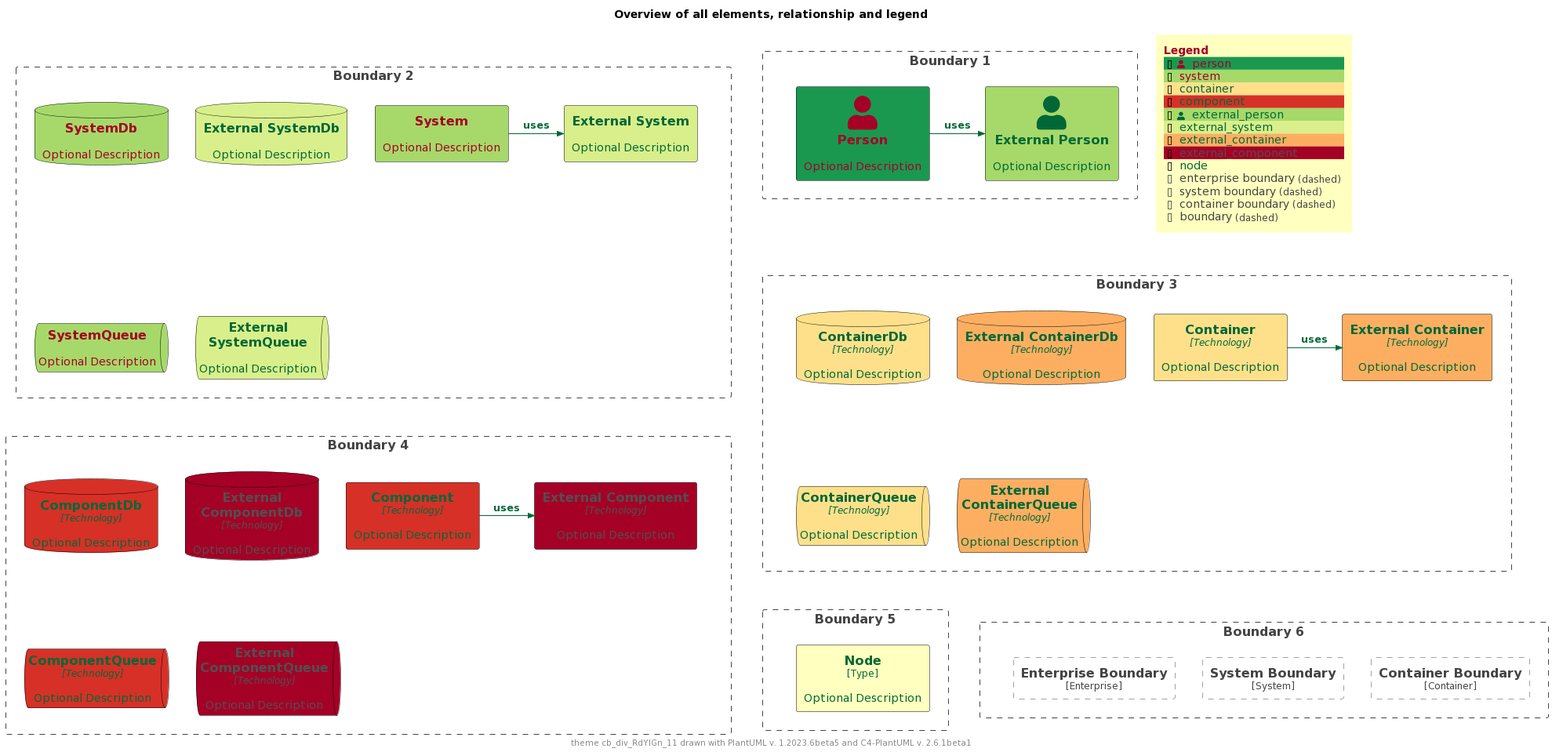
This is palettes/puml-theme-cb_div_RdYlGn_11-example.png from mweagle/C4-PlantUML-Themes, a PlantUML export, as it was before one commit. The source it was exported from:
```plantuml
@startuml
!$THEME = "cb_div_RdYlGn_11"

!function $textcolor($bgColor)
!if $bgcolor == $COLOR_INDEX_4 || $bgcolor == $COLOR_INDEX_5
!return $COLOR_TEXT_FALLBACK_COLOR
!elseif $bgColor == $COLOR_INDEX_10
!return $COLOR_TEXT_FALLBACK_COLOR
!elseif $bgColor == $COLOR_INDEX_0
!return $COLOR_TEXT_FALLBACK_COLOR
!elseif %is_light($bgColor)
!return $COLOR_TEXT_DARK
!else
!return $COLOR_TEXT_LIGHT
!endif
!endfunction

!$COLOR_INDEX_0="#A50026"
!$COLOR_INDEX_1="#D73027"
!$COLOR_INDEX_2="#F46D43"
!$COLOR_INDEX_3="#FDAE61"
!$COLOR_INDEX_4="#FEE08B"
!$COLOR_INDEX_5="#FFFFBF"
!$COLOR_INDEX_6="#D9EF8B"
!$COLOR_INDEX_7="#A6D96A"
!$COLOR_INDEX_8="#66BD63"
!$COLOR_INDEX_9="#1A9850"
!$COLOR_INDEX_10="#006837"
!$COLOR_BORDER_COLOR="#000000"

!$COLOR_REL_COLOR="#006837"

!$COLOR_TEXT_LIGHT=$COLOR_INDEX_0
!$COLOR_TEXT_DARK=$COLOR_INDEX_10
!$COLOR_TEXT_NEUTRAL=$textcolor($COLOR_INDEX_5)
!$COLOR_REL_COLOR=$textcolor($COLOR_INDEX_0)

!$COLOR_TEXT_FALLBACK_COLOR ?= "#505050"

!$STEREOTYPE_FONT_SIZE ?= 12
!$TECHN_FONT_SIZE ?= 12

!$ELEMENT_FONT_COLOR ?= $COLOR_TEXT_NEUTRAL

!$ARROW_COLOR ?= $COLOR_TEXT_NEUTRAL
!$ARROW_FONT_COLOR ?= $COLOR_TEXT_NEUTRAL
!$ARROW_FONT_SIZE ?= 12

!$BOUNDARY_COLOR ?= "#444444"
!$BOUNDARY_BG_COLOR ?= "transparent"
!$BOUNDARY_BORDER_STYLE ?= "dashed"

!$PERSON_FONT_COLOR ?= $textcolor($COLOR_INDEX_9)
!$PERSON_BG_COLOR ?= $COLOR_INDEX_9
!$PERSON_BORDER_COLOR ?= $COLOR_BORDER_COLOR

!$EXTERNAL_PERSON_FONT_COLOR ?= $textcolor($COLOR_INDEX_7)
!$EXTERNAL_PERSON_BG_COLOR ?= $COLOR_INDEX_7
!$EXTERNAL_PERSON_BORDER_COLOR ?= $COLOR_BORDER_COLOR

!$SYSTEM_FONT_COLOR ?= $COLOR_TEXT_LIGHT
!$SYSTEM_BG_COLOR ?= $COLOR_INDEX_7
!$SYSTEM_BORDER_COLOR ?= $COLOR_BORDER_COLOR

!$EXTERNAL_SYSTEM_FONT_COLOR ?= $textcolor($COLOR_INDEX_6)
!$EXTERNAL_SYSTEM_BG_COLOR ?= $COLOR_INDEX_6
!$EXTERNAL_SYSTEM_BORDER_COLOR ?= $COLOR_BORDER_COLOR

!$SYSTEM_BOUNDARY_COLOR ?= $BOUNDARY_COLOR
!$SYSTEM_BOUNDARY_BG_COLOR ?= $BOUNDARY_BG_COLOR
!$SYSTEM_BOUNDARY_BORDER_STYLE ?= $BOUNDARY_BORDER_STYLE

!$ENTERPRISE_BOUNDARY_COLOR ?= $BOUNDARY_COLOR
!$ENTERPRISE_BOUNDARY_BG_COLOR ?= $BOUNDARY_BG_COLOR
!$ENTERPRISE_BOUNDARY_BORDER_STYLE ?= $BOUNDARY_BORDER_STYLE

!$CONTAINER_FONT_COLOR ?= $COLOR_TEXT_DARK
!$CONTAINER_BG_COLOR ?= $COLOR_INDEX_4
!$CONTAINER_BORDER_COLOR ?= $COLOR_BORDER_COLOR

!$EXTERNAL_CONTAINER_FONT_COLOR ?= $textcolor($COLOR_INDEX_3)
!$EXTERNAL_CONTAINER_BG_COLOR ?= $COLOR_INDEX_3
!$EXTERNAL_CONTAINER_BORDER_COLOR ?= $COLOR_BORDER_COLOR

!$CONTAINER_BOUNDARY_COLOR ?= $BOUNDARY_COLOR
!$CONTAINER_BOUNDARY_BG_COLOR ?= $BOUNDARY_BG_COLOR
!$CONTAINER_BOUNDARY_BORDER_STYLE ?= $BOUNDARY_BORDER_STYLE

!$COMPONENT_FONT_COLOR ?= $COLOR_TEXT_DARK
!$COMPONENT_BG_COLOR ?= $COLOR_INDEX_1
!$COMPONENT_BORDER_COLOR ?= $COLOR_BORDER_COLOR

!$EXTERNAL_COMPONENT_FONT_COLOR ?= $textcolor($COLOR_INDEX_0)
!$EXTERNAL_COMPONENT_BG_COLOR ?= $COLOR_INDEX_0
!$EXTERNAL_COMPONENT_BORDER_COLOR ?= $COLOR_BORDER_COLOR

!$NODE_FONT_COLOR ?= $textcolor($COLOR_INDEX_5)
!$NODE_BG_COLOR ?= $COLOR_INDEX_5
!$NODE_BORDER_COLOR ?= $COLOR_BORDER_COLOR

!$LEGEND_TITLE_COLOR ?= $COLOR_INDEX_0
!$LEGEND_FONT_COLOR ?= $textcolor($COLOR_INDEX_5)
!$LEGEND_BG_COLOR ?= $COLOR_INDEX_5
!$LEGEND_BORDER_COLOR ?= $COLOR_INDEX_5
!$LEGEND_DARK_COLOR ?= $COLOR_TEXT_DARK
!$LEGEND_LIGHT_COLOR ?= $COLOR_TEXT_LIGHT

!$LEGEND_DETAILS_SMALL_SIZE ?= 8
!$LEGEND_DETAILS_NORMAL_SIZE ?= 12

!$LEGEND_SHADOW_TEXT ?= "shadow"
!$LEGEND_NO_SHADOW_TEXT ?= "no shadow"
!$LEGEND_NO_FONT_BG_TEXT ?= "last text and back color"
!$LEGEND_NO_FONT_TEXT ?= "last text color"
!$LEGEND_NO_BG_TEXT ?= "last back color"
!$LEGEND_NO_LINE_TEXT ?= "last line color"
!$LEGEND_ROUNDED_BOX ?= "rounded box"
!$LEGEND_EIGHT_SIDED ?= "eight sided"
!$LEGEND_DOTTED_LINE ?= "dotted"
!$LEGEND_DASHED_LINE ?= "dashed"
!$LEGEND_BOLD_LINE ?= "bold"
!$LEGEND_BOUNDARY ?= "boundary"
!$LEGEND_DASHED_BOUNDARY ?= "dashed"

!$LEGEND_DASHED_TRANSPARENT_BOUNDARY ?= "dashed"

!$SKETCH_BG_COLOR ?= "transparent"
!$SKETCH_FONT_COLOR ?= $COLOR_INDEX_NEUTRAL
!$SKETCH_WARNING_COLOR ?= $COLOR_INDEX_10

!$SKETCH_FONT_NAME ?= "Gochi Hand"

!$SKETCH_FOOTER_WARNING ?= "Warning:"
!$SKETCH_FOOTER_TEXT ?= "Created for discussion, needs to be validated"

!$ROUNDED_BOX_SIZE ?= 25
!$EIGHT_SIDED_SIZE ?= 18
!include https://raw.githubusercontent.com/plantuml-stdlib/C4-PlantUML/master/percy/TestAllElementsWithLegend.puml
@enduml
```
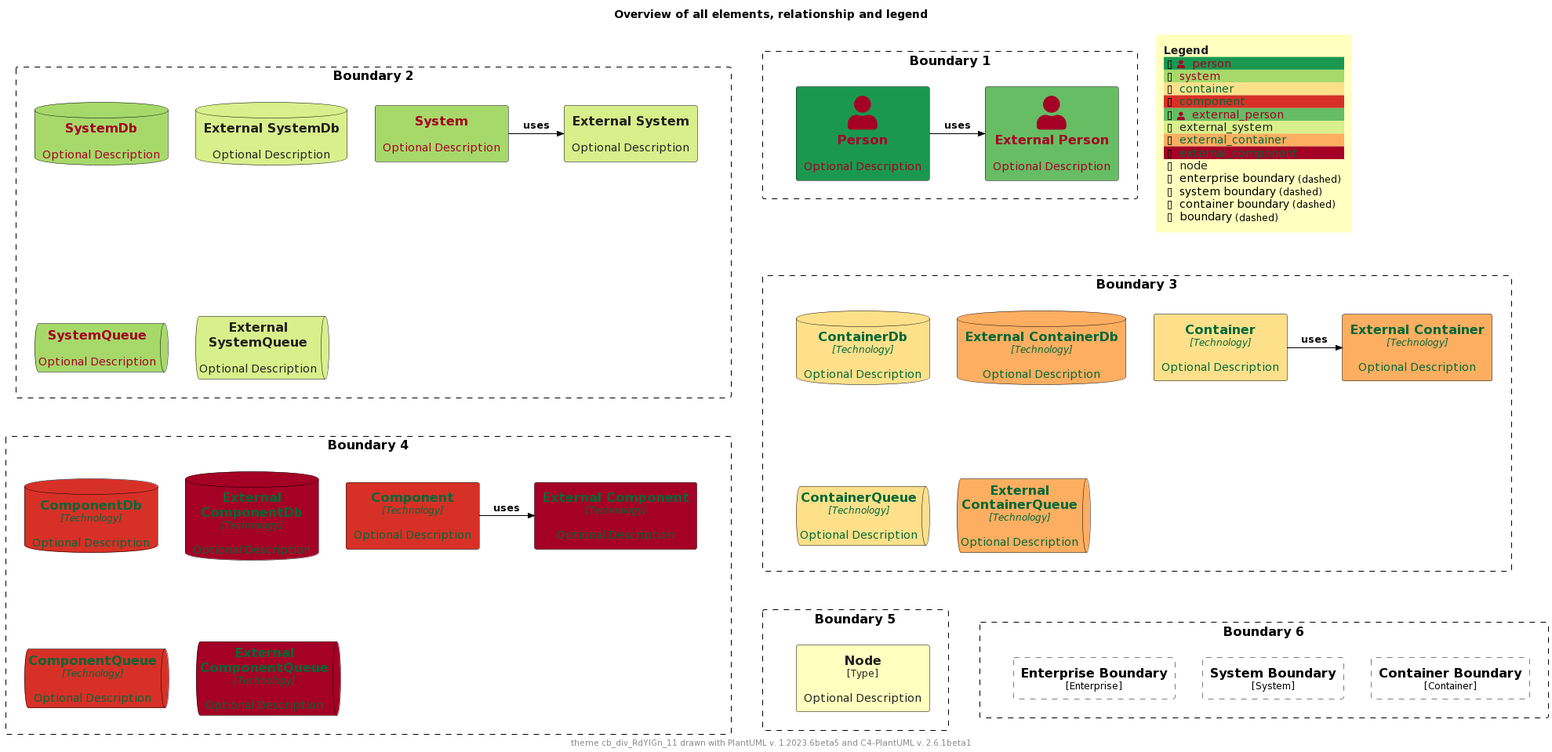
After the commit.

Diff of the diagram source:
```diff
@@ -2,16 +2,16 @@
 !$THEME = "cb_div_RdYlGn_11"
 
 !function $textcolor($bgColor)
-!if $bgcolor == $COLOR_INDEX_4 || $bgcolor == $COLOR_INDEX_5
+!if $bgColor == $COLOR_INDEX_0 || $bgColor == $COLOR_INDEX_1 || $bgColor == $COLOR_INDEX_2 || $bgColor == $COLOR_INDEX_3 || $bgColor == $COLOR_INDEX_4
+!return $COLOR_INDEX_10
+!elseif $bgColor == $COLOR_INDEX_7 || $bgColor == $COLOR_INDEX_8 || $bgColor == $COLOR_INDEX_9 || $bgColor == $COLOR_INDEX_10
+!return $COLOR_INDEX_0
+!elseif %is_light($bgColor)
+!return "#222222"
+!elseif %is_dark($bgColor)
+!return "#dddddd"
+!else
 !return $COLOR_TEXT_FALLBACK_COLOR
-!elseif $bgColor == $COLOR_INDEX_10
-!return $COLOR_TEXT_FALLBACK_COLOR
-!elseif $bgColor == $COLOR_INDEX_0
-!return $COLOR_TEXT_FALLBACK_COLOR
-!elseif %is_light($bgColor)
-!return $COLOR_TEXT_DARK
-!else
-!return $COLOR_TEXT_LIGHT
 !endif
 !endfunction
 
@@ -28,42 +28,40 @@
 !$COLOR_INDEX_10="#006837"
 !$COLOR_BORDER_COLOR="#000000"
 
-!$COLOR_REL_COLOR="#006837"
-
 !$COLOR_TEXT_LIGHT=$COLOR_INDEX_0
 !$COLOR_TEXT_DARK=$COLOR_INDEX_10
 !$COLOR_TEXT_NEUTRAL=$textcolor($COLOR_INDEX_5)
-!$COLOR_REL_COLOR=$textcolor($COLOR_INDEX_0)
+!$COLOR_REL_COLOR=$textcolor($COLOR_INDEX_10)
 
-!$COLOR_TEXT_FALLBACK_COLOR ?= "#505050"
+!$COLOR_TEXT_FALLBACK_COLOR ?= "#000000"
 
 !$STEREOTYPE_FONT_SIZE ?= 12
 !$TECHN_FONT_SIZE ?= 12
 
-!$ELEMENT_FONT_COLOR ?= $COLOR_TEXT_NEUTRAL
+!$ELEMENT_FONT_COLOR ?= $COLOR_TEXT_FALLBACK_COLOR
 
-!$ARROW_COLOR ?= $COLOR_TEXT_NEUTRAL
-!$ARROW_FONT_COLOR ?= $COLOR_TEXT_NEUTRAL
+!$ARROW_COLOR ?= $COLOR_TEXT_FALLBACK_COLOR
+!$ARROW_FONT_COLOR ?= $COLOR_TEXT_FALLBACK_COLOR
 !$ARROW_FONT_SIZE ?= 12
 
-!$BOUNDARY_COLOR ?= "#444444"
+!$BOUNDARY_COLOR ?= $COLOR_BORDER_COLOR
 !$BOUNDARY_BG_COLOR ?= "transparent"
 !$BOUNDARY_BORDER_STYLE ?= "dashed"
 
-!$PERSON_FONT_COLOR ?= $textcolor($COLOR_INDEX_9)
 !$PERSON_BG_COLOR ?= $COLOR_INDEX_9
+!$PERSON_FONT_COLOR ?= $textcolor($PERSON_BG_COLOR)
 !$PERSON_BORDER_COLOR ?= $COLOR_BORDER_COLOR
 
-!$EXTERNAL_PERSON_FONT_COLOR ?= $textcolor($COLOR_INDEX_7)
-!$EXTERNAL_PERSON_BG_COLOR ?= $COLOR_INDEX_7
+!$EXTERNAL_PERSON_BG_COLOR ?= $COLOR_INDEX_8
+!$EXTERNAL_PERSON_FONT_COLOR ?= $textcolor($EXTERNAL_PERSON_BG_COLOR)
 !$EXTERNAL_PERSON_BORDER_COLOR ?= $COLOR_BORDER_COLOR
 
-!$SYSTEM_FONT_COLOR ?= $COLOR_TEXT_LIGHT
 !$SYSTEM_BG_COLOR ?= $COLOR_INDEX_7
+!$SYSTEM_FONT_COLOR ?= $textcolor($SYSTEM_BG_COLOR)
 !$SYSTEM_BORDER_COLOR ?= $COLOR_BORDER_COLOR
 
-!$EXTERNAL_SYSTEM_FONT_COLOR ?= $textcolor($COLOR_INDEX_6)
 !$EXTERNAL_SYSTEM_BG_COLOR ?= $COLOR_INDEX_6
+!$EXTERNAL_SYSTEM_FONT_COLOR ?= $textcolor($EXTERNAL_SYSTEM_BG_COLOR)
 !$EXTERNAL_SYSTEM_BORDER_COLOR ?= $COLOR_BORDER_COLOR
 
 !$SYSTEM_BOUNDARY_COLOR ?= $BOUNDARY_COLOR
@@ -74,31 +72,31 @@
 !$ENTERPRISE_BOUNDARY_BG_COLOR ?= $BOUNDARY_BG_COLOR
 !$ENTERPRISE_BOUNDARY_BORDER_STYLE ?= $BOUNDARY_BORDER_STYLE
 
-!$CONTAINER_FONT_COLOR ?= $COLOR_TEXT_DARK
 !$CONTAINER_BG_COLOR ?= $COLOR_INDEX_4
+!$CONTAINER_FONT_COLOR ?= $textcolor($CONTAINER_BG_COLOR)
 !$CONTAINER_BORDER_COLOR ?= $COLOR_BORDER_COLOR
 
-!$EXTERNAL_CONTAINER_FONT_COLOR ?= $textcolor($COLOR_INDEX_3)
 !$EXTERNAL_CONTAINER_BG_COLOR ?= $COLOR_INDEX_3
+!$EXTERNAL_CONTAINER_FONT_COLOR ?= $textcolor($EXTERNAL_CONTAINER_BG_COLOR)
 !$EXTERNAL_CONTAINER_BORDER_COLOR ?= $COLOR_BORDER_COLOR
 
 !$CONTAINER_BOUNDARY_COLOR ?= $BOUNDARY_COLOR
 !$CONTAINER_BOUNDARY_BG_COLOR ?= $BOUNDARY_BG_COLOR
 !$CONTAINER_BOUNDARY_BORDER_STYLE ?= $BOUNDARY_BORDER_STYLE
 
-!$COMPONENT_FONT_COLOR ?= $COLOR_TEXT_DARK
 !$COMPONENT_BG_COLOR ?= $COLOR_INDEX_1
+!$COMPONENT_FONT_COLOR ?= $textcolor($COMPONENT_BG_COLOR)
 !$COMPONENT_BORDER_COLOR ?= $COLOR_BORDER_COLOR
 
-!$EXTERNAL_COMPONENT_FONT_COLOR ?= $textcolor($COLOR_INDEX_0)
 !$EXTERNAL_COMPONENT_BG_COLOR ?= $COLOR_INDEX_0
+!$EXTERNAL_COMPONENT_FONT_COLOR ?= $textcolor($EXTERNAL_COMPONENT_BG_COLOR)
 !$EXTERNAL_COMPONENT_BORDER_COLOR ?= $COLOR_BORDER_COLOR
 
-!$NODE_FONT_COLOR ?= $textcolor($COLOR_INDEX_5)
 !$NODE_BG_COLOR ?= $COLOR_INDEX_5
+!$NODE_FONT_COLOR ?= $textcolor($NODE_BG_COLOR)
 !$NODE_BORDER_COLOR ?= $COLOR_BORDER_COLOR
 
-!$LEGEND_TITLE_COLOR ?= $COLOR_INDEX_0
+!$LEGEND_TITLE_COLOR ?= $textcolor($COLOR_INDEX_5)
 !$LEGEND_FONT_COLOR ?= $textcolor($COLOR_INDEX_5)
 !$LEGEND_BG_COLOR ?= $COLOR_INDEX_5
 !$LEGEND_BORDER_COLOR ?= $COLOR_INDEX_5
@@ -125,8 +123,8 @@
 !$LEGEND_DASHED_TRANSPARENT_BOUNDARY ?= "dashed"
 
 !$SKETCH_BG_COLOR ?= "transparent"
-!$SKETCH_FONT_COLOR ?= $COLOR_INDEX_NEUTRAL
-!$SKETCH_WARNING_COLOR ?= $COLOR_INDEX_10
+!$SKETCH_FONT_COLOR ?= $COLOR_INDEX_10
+!$SKETCH_WARNING_COLOR ?= $COLOR_INDEX_0
 
 !$SKETCH_FONT_NAME ?= "Gochi Hand"
 
@@ -135,5 +133,84 @@
 
 !$ROUNDED_BOX_SIZE ?= 25
 !$EIGHT_SIDED_SIZE ?= 18
-!include https://raw.githubusercontent.com/plantuml-stdlib/C4-PlantUML/master/percy/TestAllElementsWithLegend.puml
+
+
+!if %variable_exists("RELATIVE_INCLUDE")
+  !include %get_variable_value("RELATIVE_INCLUDE")/C4_Component.puml
+  !include %get_variable_value("RELATIVE_INCLUDE")/C4_Deployment.puml
+!else
+  !include https://raw.githubusercontent.com/plantuml-stdlib/C4-PlantUML/master/C4_Component.puml
+  !include https://raw.githubusercontent.com/plantuml-stdlib/C4-PlantUML/master/C4_Deployment.puml
+!endif
+
+SetDefaultLegendEntries("person\nsystem\ncontainer\ncomponent\nexternal_person\nexternal_system\nexternal_container\nexternal_component\nnode\nenterprise_boundary\nsystem_boundary\ncontainer_boundary\nboundary")
+
+title Overview of all elements, relationship and legend
+
+footer theme $THEME drawn with PlantUML v. %version() and C4-PlantUML v. C4Version()
+
+Boundary(b2, "Boundary 2") {
+  System(system, "System", "Optional Description")
+  System_Ext(externalSystem, "External System", "Optional Description")
+  Rel_R(system, externalSystem, "uses")
+
+  SystemDb(systemDb, "SystemDb", "Optional Description")
+  SystemDb_Ext(externalSystemDb, "External SystemDb", "Optional Description")
+  SystemQueue(systemQueue, "SystemQueue", "Optional Description")
+  SystemQueue_Ext(externalSystemQueue, "External SystemQueue", "Optional Description")
+}
+
+Boundary(b1, "Boundary 1") {
+  Person(person, "Person", "Optional Description")
+  Person_Ext(externalPerson, "External Person", "Optional Description")
+  Rel_R(person, externalPerson, "uses")
+}
+
+Boundary(b3, "Boundary 3") {
+  Container(container, "Container", "Technology", "Optional Description")
+  Container_Ext(externalContainer, "External Container", "Technology", "Optional Description")
+  Rel_R(container, externalContainer, "uses")
+
+  ContainerDb(containerDb, "ContainerDb", "Technology", "Optional Description")
+  ContainerDb_Ext(externalContainerDb, "External ContainerDb", "Technology", "Optional Description")
+  ContainerQueue(containerQueue, "ContainerQueue", "Technology", "Optional Description")
+  ContainerQueue_Ext(externalContainerQueue, "External ContainerQueue", "Technology", "Optional Description")
+}
+
+Boundary(b4, "Boundary 4") {
+  Component(component, "Component", "Technology", "Optional Description")
+  Component_Ext(externalComponent, "External Component", "Technology", "Optional Description")
+  Rel_R(component, externalComponent, "uses")
+
+  ComponentDb(componentDb, "ComponentDb", "Technology", "Optional Description")
+  ComponentDb_Ext(externalComponentDb, "External ComponentDb", "Technology", "Optional Description")
+  ComponentQueue(componentQueue, "ComponentQueue", "Technology", "Optional Description")
+  ComponentQueue_Ext(externalComponentQueue, "External ComponentQueue", "Technology", "Optional Description")
+}
+
+Boundary(b5, "Boundary 5") {
+  Node(node, "Node", "Type", "Optional Description")
+}
+
+Boundary(b6, "Boundary 6") {
+  Enterprise_Boundary(eb, "Enterprise Boundary") {
+  }
+
+  System_Boundary(sb, "System Boundary") {
+  }
+
+  Container_Boundary(cb, "Container Boundary") {
+  }
+
+  Lay_R(eb,sb)
+  Lay_R(sb,cb)
+}
+
+Lay_D(b2,b3)
+Lay_R(b2,b1)
+Lay_D(b3,b4)
+Lay_D(b4,b5)
+Lay_R(b5,b6)
+
+SHOW_FLOATING_LEGEND()
 @enduml
```
